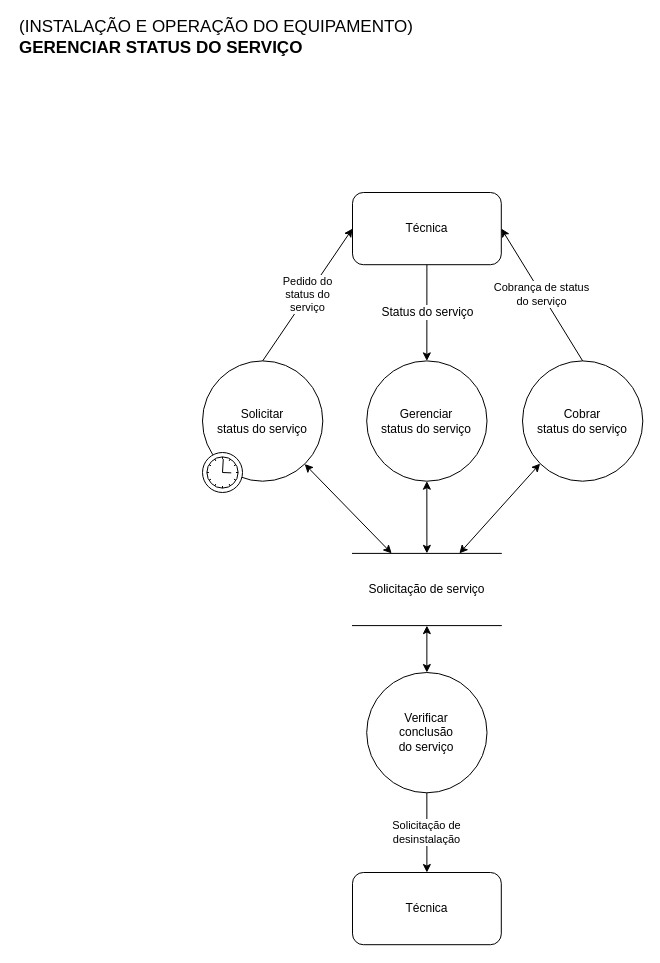
This is page "Gerenciar status do serviço" (6 of 11) of 16. DFD Essencial para cada capacidade.drawio from somosafsociety/Eng-Soft-EC2A, a draw.io file, before an edit. Source tidied: cells renumbered, new cells numbered last; positions are measured from the earlier drawing's top-left corner, leaving out a move shared by most shapes. Both pictures are drawn from the tidied source at 100%, with x=0, y=0 at pixel (17, 22).
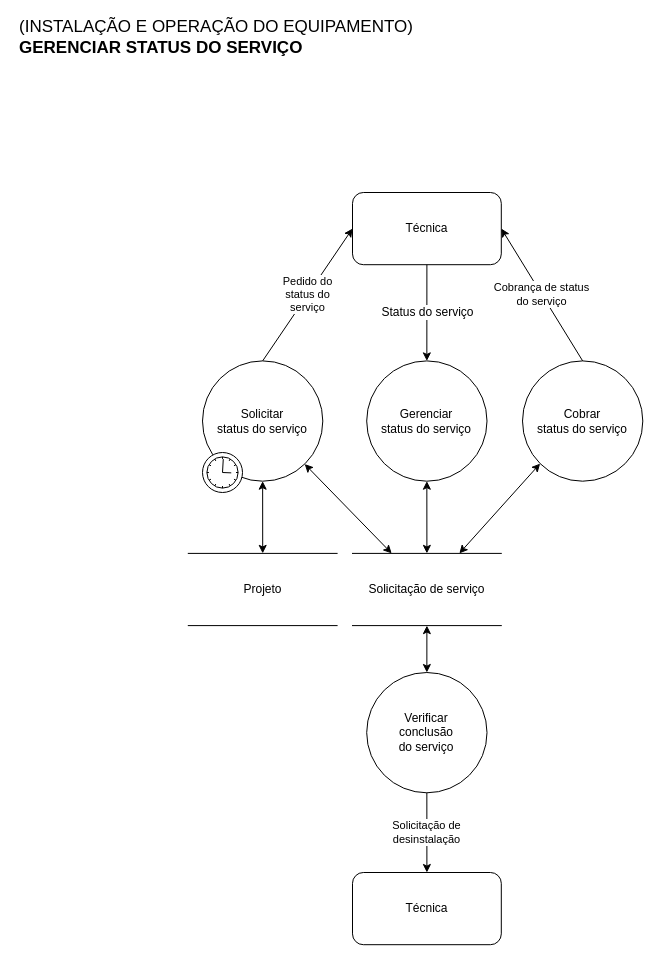
The same diagram, later.

Unchanged cells that the change refers to:
```xml
<mxCell id="12" value="Solicitar&lt;br&gt;status do serviço" style="ellipse;whiteSpace=wrap;html=1;" parent="1" vertex="1">
  <mxGeometry x="185" y="338.4" width="120.3" height="120.3" as="geometry" />
</mxCell>
```

Diff of the diagram source:
```diff
@@
+    <mxCell id="20" value="Projeto" style="shape=partialRectangle;whiteSpace=wrap;html=1;left=0;right=0;fillColor=none;" parent="1" vertex="1">
+      <mxGeometry x="170.8" y="530.9" width="148.8" height="72.2" as="geometry" />
+    </mxCell>
+    <mxCell id="21" style="endArrow=classic;startArrow=classic;html=1;exitX=0.5;exitY=0;exitDx=0;exitDy=0;entryX=0.5;entryY=1;entryDx=0;entryDy=0;" parent="1" edge="1" source="20" target="12">
+      <mxGeometry relative="1" as="geometry" />
+    </mxCell>
```
